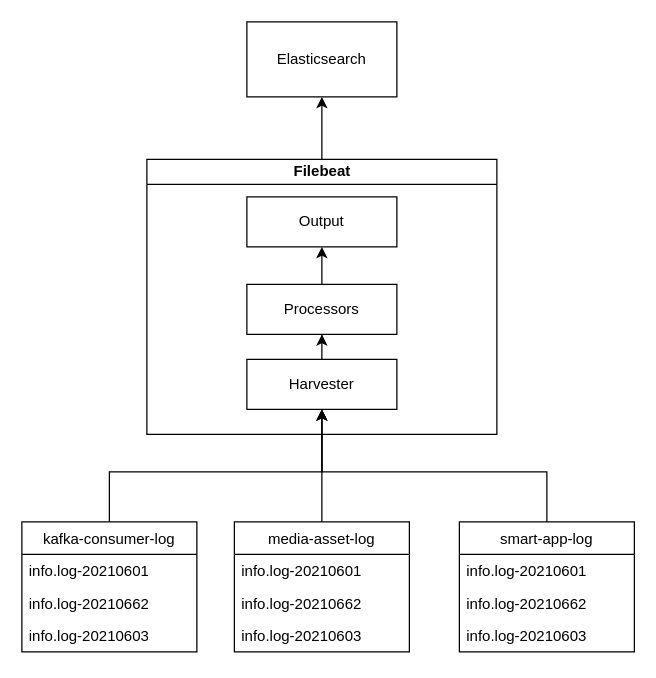
This is Untitled Diagram.drawio from Carlisle345748/cloudimg, a draw.io file, before an edit. Source tidied: cells renumbered, new cells numbered last; positions are measured from the earlier drawing's top-left corner, leaving out a move shared by most shapes. Both pictures are drawn from the tidied source at 125%, with x=0, y=0 at pixel (21, 21).
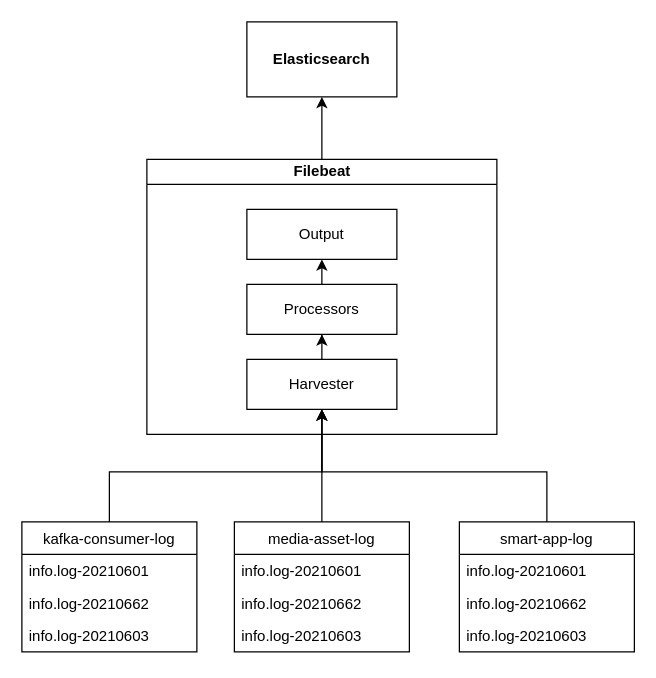
After the change.

The change refers to these unchanged cells:
```xml
<mxCell id="18" value="Filebeat" style="swimlane;html=1;startSize=20;horizontal=1;containerType=tree;newEdgeStyle={&quot;edgeStyle&quot;:&quot;elbowEdgeStyle&quot;,&quot;startArrow&quot;:&quot;none&quot;,&quot;endArrow&quot;:&quot;none&quot;};" parent="1" vertex="1">
  <mxGeometry x="100" y="110" width="280" height="220" as="geometry" />
</mxCell>
```

Change to the diagram source:
```diff
@@
     <mxCell id="19" value="Output" style="whiteSpace=wrap;html=1;align=center;newEdgeStyle={&quot;edgeStyle&quot;:&quot;elbowEdgeStyle&quot;,&quot;startArrow&quot;:&quot;none&quot;,&quot;endArrow&quot;:&quot;none&quot;};" parent="18" vertex="1">
-      <mxGeometry x="80" y="30" width="120" height="40" as="geometry" />
+      <mxGeometry x="80" y="40" width="120" height="40" as="geometry" />
     </mxCell>
@@
-    <mxCell id="24" value="Elasticsearch" style="rounded=0;whiteSpace=wrap;html=1;" parent="1" vertex="1">
+    <mxCell id="24" value="&lt;b&gt;Elasticsearch&lt;/b&gt;" style="rounded=0;whiteSpace=wrap;html=1;" parent="1" vertex="1">
       <mxGeometry x="180" width="120" height="60" as="geometry" />
     </mxCell>
```
